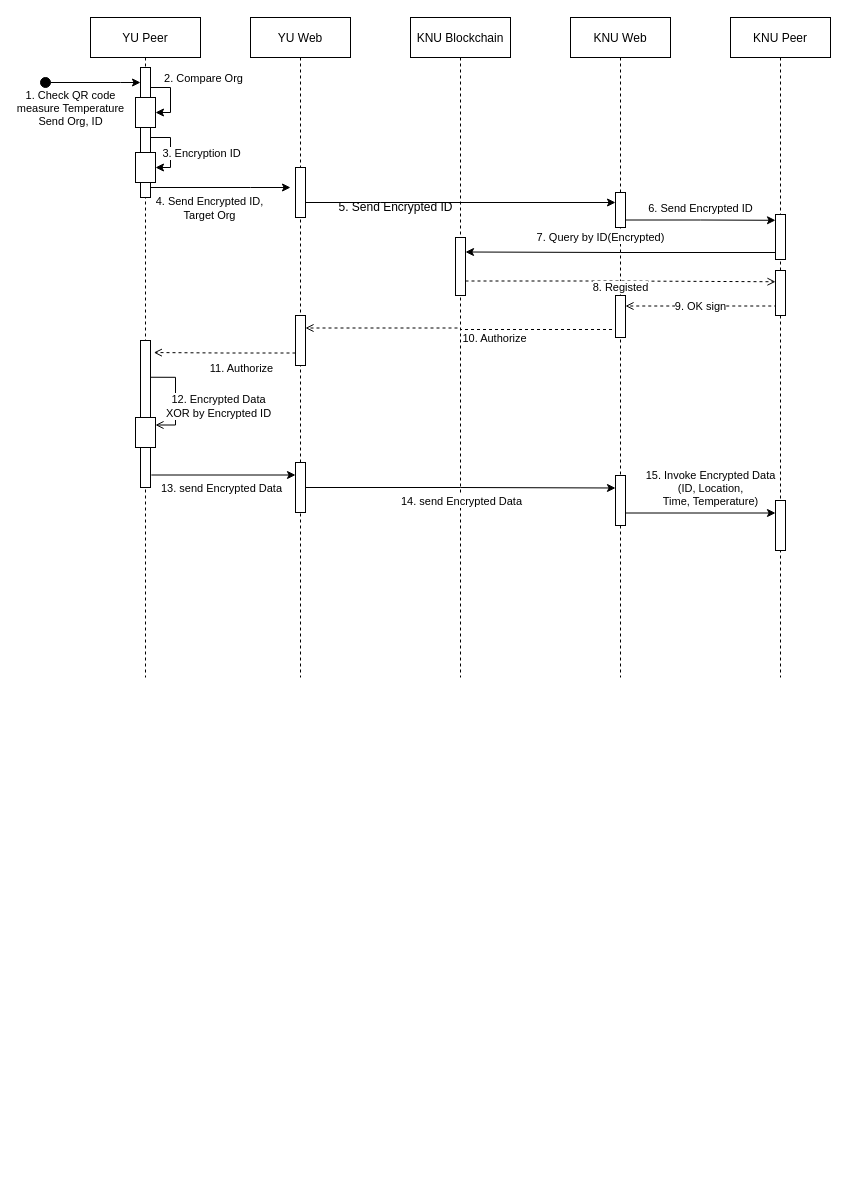
Above: page "check by other org" (1 of 3) of Sequence Diagram.drawio in GunhyungKim/TrackingSystem (draw.io), before the change. Source tidied: cells renumbered, new cells numbered last; positions are measured from the earlier drawing's top-left corner, leaving out a move shared by most shapes. Both pictures are drawn from the tidied source at 100%, with x=0, y=0 at pixel (40, 17).
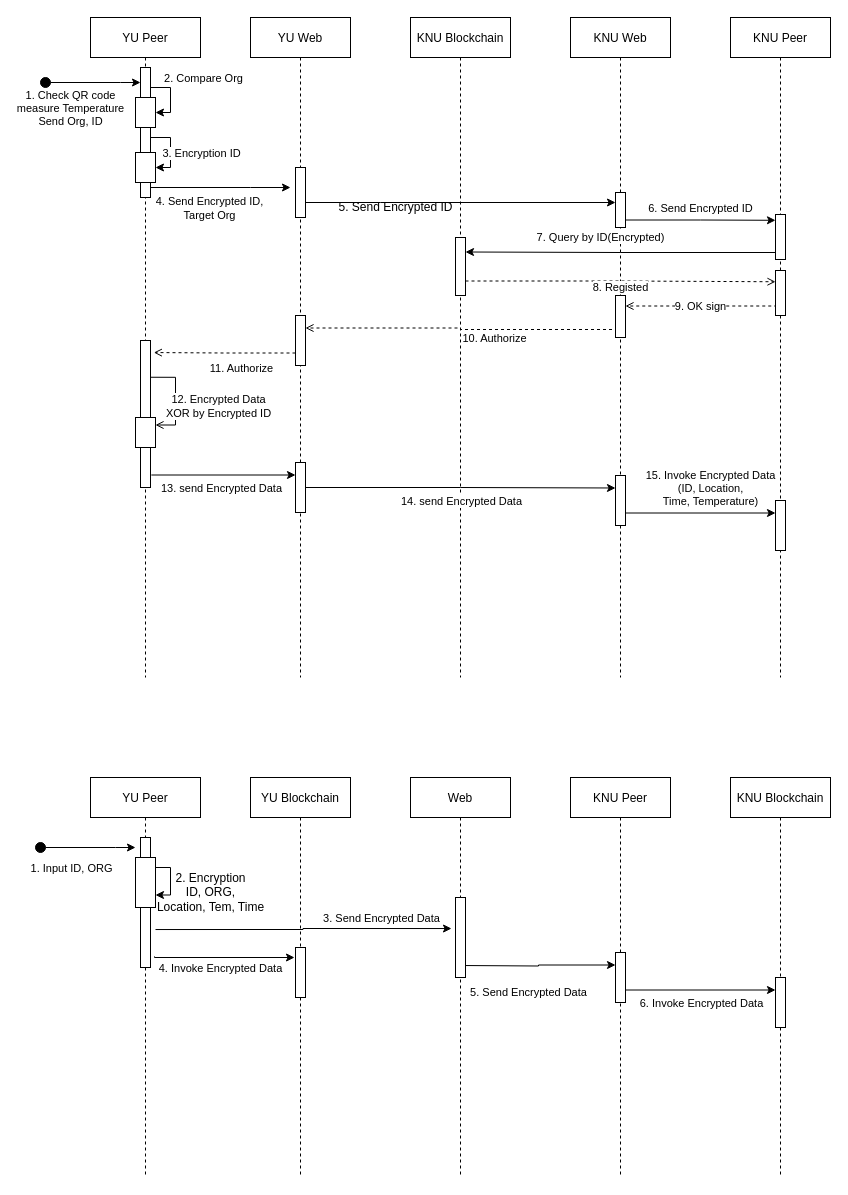
After the change.

Commit message:
invoke other org commit

The edit, as a diff of the source:
```diff
@@
+    <mxCell id="53" value="YU Peer" style="shape=umlLifeline;perimeter=lifelinePerimeter;rounded=0;shadow=0;strokeWidth=1;" parent="1" vertex="1">
+      <mxGeometry x="50" y="760" width="110" height="400" as="geometry" />
+    </mxCell>
+    <mxCell id="54" style="rounded=0;whiteSpace=wrap;html=1;" parent="53" vertex="1">
+      <mxGeometry x="50" y="60" width="10" height="130" as="geometry" />
+    </mxCell>
+    <mxCell id="55" style="rounded=0;whiteSpace=wrap;html=1;fillColor=#FFFFFF;" parent="53" vertex="1">
+      <mxGeometry x="45" y="80" width="20" height="50" as="geometry" />
+    </mxCell>
+    <mxCell id="56" style="edgeStyle=orthogonalEdgeStyle;rounded=0;orthogonalLoop=1;jettySize=auto;html=1;exitX=1;exitY=0;exitDx=0;exitDy=0;entryX=1;entryY=0.75;entryDx=0;entryDy=0;" parent="53" edge="1" source="55" target="55">
+      <mxGeometry relative="1" as="geometry">
+        <Array as="points">
+          <mxPoint x="65" y="90" />
+          <mxPoint x="80" y="90" />
+          <mxPoint x="80" y="118" />
+        </Array>
+      </mxGeometry>
+    </mxCell>
+    <mxCell id="57" value="Web" style="shape=umlLifeline;perimeter=lifelinePerimeter;rounded=0;shadow=0;strokeWidth=1;" parent="1" vertex="1">
+      <mxGeometry x="370" y="760" width="100" height="400" as="geometry" />
+    </mxCell>
+    <mxCell id="58" value="KNU Peer" style="shape=umlLifeline;perimeter=lifelinePerimeter;rounded=0;shadow=0;strokeWidth=1;" parent="1" vertex="1">
+      <mxGeometry x="530" y="760" width="100" height="400" as="geometry" />
+    </mxCell>
+    <mxCell id="59" style="rounded=0;whiteSpace=wrap;html=1;" parent="58" vertex="1">
+      <mxGeometry x="45" y="175" width="10" height="50" as="geometry" />
+    </mxCell>
+    <mxCell id="60" value="KNU Blockchain" style="shape=umlLifeline;perimeter=lifelinePerimeter;rounded=0;shadow=0;strokeWidth=1;" parent="1" vertex="1">
+      <mxGeometry x="690" y="760" width="100" height="400" as="geometry" />
+    </mxCell>
+    <mxCell id="61" style="rounded=0;whiteSpace=wrap;html=1;" parent="60" vertex="1">
+      <mxGeometry x="45" y="200" width="10" height="50" as="geometry" />
+    </mxCell>
+    <mxCell id="62" style="edgeStyle=orthogonalEdgeStyle;rounded=0;jettySize=auto;html=1;" parent="1" edge="1" source="64">
+      <mxGeometry relative="1" as="geometry">
+        <mxPoint x="95" y="830" as="targetPoint" />
+        <Array as="points">
+          <mxPoint x="75" y="830" />
+          <mxPoint x="75" y="830" />
+        </Array>
+      </mxGeometry>
+    </mxCell>
+    <mxCell id="63" value="1. Input ID, ORG" style="edgeLabel;html=1;align=center;verticalAlign=middle;" parent="62" vertex="1">
+      <mxGeometry x="0.76" y="-92" relative="1" as="geometry">
+        <mxPoint x="-54" y="-72" as="offset" />
+      </mxGeometry>
+    </mxCell>
+    <mxCell id="64" style="ellipse;whiteSpace=wrap;html=1;fillColor=#000000;" parent="1" vertex="1">
+      <mxGeometry x="-5" y="825" width="10" height="10" as="geometry" />
+    </mxCell>
+    <mxCell id="65" value="YU Blockchain" style="shape=umlLifeline;perimeter=lifelinePerimeter;rounded=0;shadow=0;strokeWidth=1;" parent="1" vertex="1">
+      <mxGeometry x="210" y="760" width="100" height="400" as="geometry" />
+    </mxCell>
+    <mxCell id="66" style="rounded=0;whiteSpace=wrap;html=1;" parent="65" vertex="1">
+      <mxGeometry x="45" y="170" width="10" height="50" as="geometry" />
+    </mxCell>
+    <mxCell id="67" value="2. Encryption&lt;br&gt;ID, ORG,&lt;br&gt;Location, Tem, Time" style="text;html=1;align=center;verticalAlign=middle;fillColor=none;strokeColor=none;rounded=0;" parent="1" vertex="1">
+      <mxGeometry x="110" y="850" width="120" height="50" as="geometry" />
+    </mxCell>
+    <mxCell id="68" style="edgeStyle=orthogonalEdgeStyle;rounded=0;jettySize=auto;html=1;entryX=0;entryY=0.25;entryDx=0;entryDy=0;" parent="1" edge="1" target="59">
+      <mxGeometry relative="1" as="geometry">
+        <mxPoint x="420" y="948" as="sourcePoint" />
+      </mxGeometry>
+    </mxCell>
+    <mxCell id="69" value="5. Send Encrypted Data" style="edgeLabel;html=1;align=center;verticalAlign=middle;" parent="68" vertex="1">
+      <mxGeometry y="13" relative="1" as="geometry">
+        <mxPoint x="2.5" y="25.5" as="offset" />
+      </mxGeometry>
+    </mxCell>
+    <mxCell id="70" style="rounded=0;whiteSpace=wrap;html=1;" parent="1" vertex="1">
+      <mxGeometry x="415" y="880" width="10" height="80" as="geometry" />
+    </mxCell>
+    <mxCell id="71" style="edgeStyle=orthogonalEdgeStyle;rounded=0;jettySize=auto;html=1;exitX=1.4;exitY=0.915;exitDx=0;exitDy=0;exitPerimeter=0;" parent="1" edge="1" source="54">
+      <mxGeometry relative="1" as="geometry">
+        <mxPoint x="254" y="940" as="targetPoint" />
+        <Array as="points">
+          <mxPoint x="114" y="940" />
+        </Array>
+      </mxGeometry>
+    </mxCell>
+    <mxCell id="72" value="4. Invoke Encrypted Data" style="edgeLabel;html=1;align=center;verticalAlign=middle;" parent="71" vertex="1">
+      <mxGeometry x="-0.66" relative="1" as="geometry">
+        <mxPoint x="43" y="10" as="offset" />
+      </mxGeometry>
+    </mxCell>
+    <mxCell id="73" style="edgeStyle=orthogonalEdgeStyle;rounded=0;jettySize=auto;html=1;exitX=1.5;exitY=0.708;exitDx=0;exitDy=0;exitPerimeter=0;entryX=-0.4;entryY=0.388;entryDx=0;entryDy=0;entryPerimeter=0;" parent="1" edge="1" source="54" target="70">
+      <mxGeometry relative="1" as="geometry" />
+    </mxCell>
+    <mxCell id="74" value="3. Send Encrypted Data" style="edgeLabel;html=1;align=center;verticalAlign=middle;" parent="73" vertex="1">
+      <mxGeometry x="0.17" y="1" relative="1" as="geometry">
+        <mxPoint x="52" y="-10" as="offset" />
+      </mxGeometry>
+    </mxCell>
+    <mxCell id="75" style="edgeStyle=orthogonalEdgeStyle;rounded=0;jettySize=auto;html=1;exitX=1;exitY=0.75;exitDx=0;exitDy=0;entryX=0;entryY=0.25;entryDx=0;entryDy=0;" parent="1" edge="1" source="59" target="61">
+      <mxGeometry relative="1" as="geometry" />
+    </mxCell>
+    <mxCell id="76" value="6. Invoke Encrypted Data" style="edgeLabel;html=1;align=center;verticalAlign=middle;" parent="75" vertex="1">
+      <mxGeometry x="0.32" y="-3" relative="1" as="geometry">
+        <mxPoint x="-24" y="9.5" as="offset" />
+      </mxGeometry>
+    </mxCell>
```
